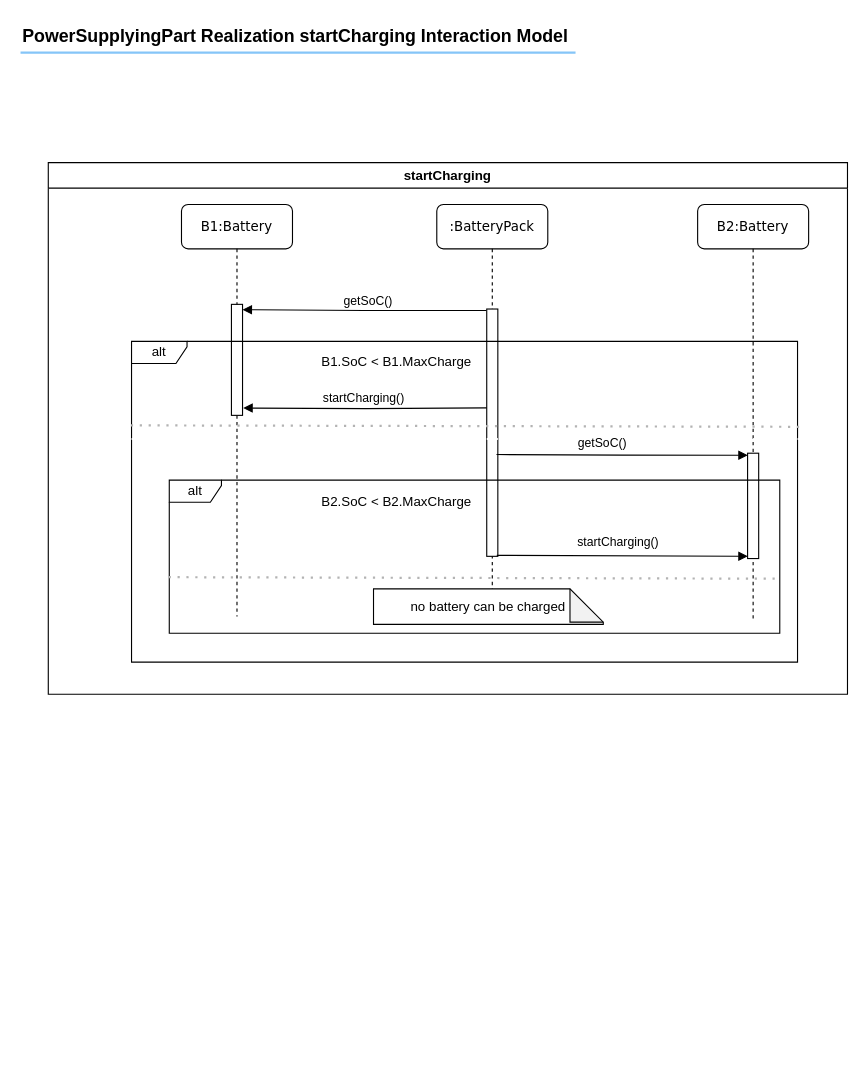
The draw.io diagram version/4/KobrA_Realization-Interaction-Model_PowerSupplyingParty-startCharging.drawio in Mohammad-Si/convide-A02-MVE, before the edit. Source tidied: cells renumbered, new cells numbered last; positions are measured from the earlier drawing's top-left corner, leaving out a move shared by most shapes. Both pictures are drawn from the tidied source at 111%, with x=0, y=0 at pixel (20, 19).
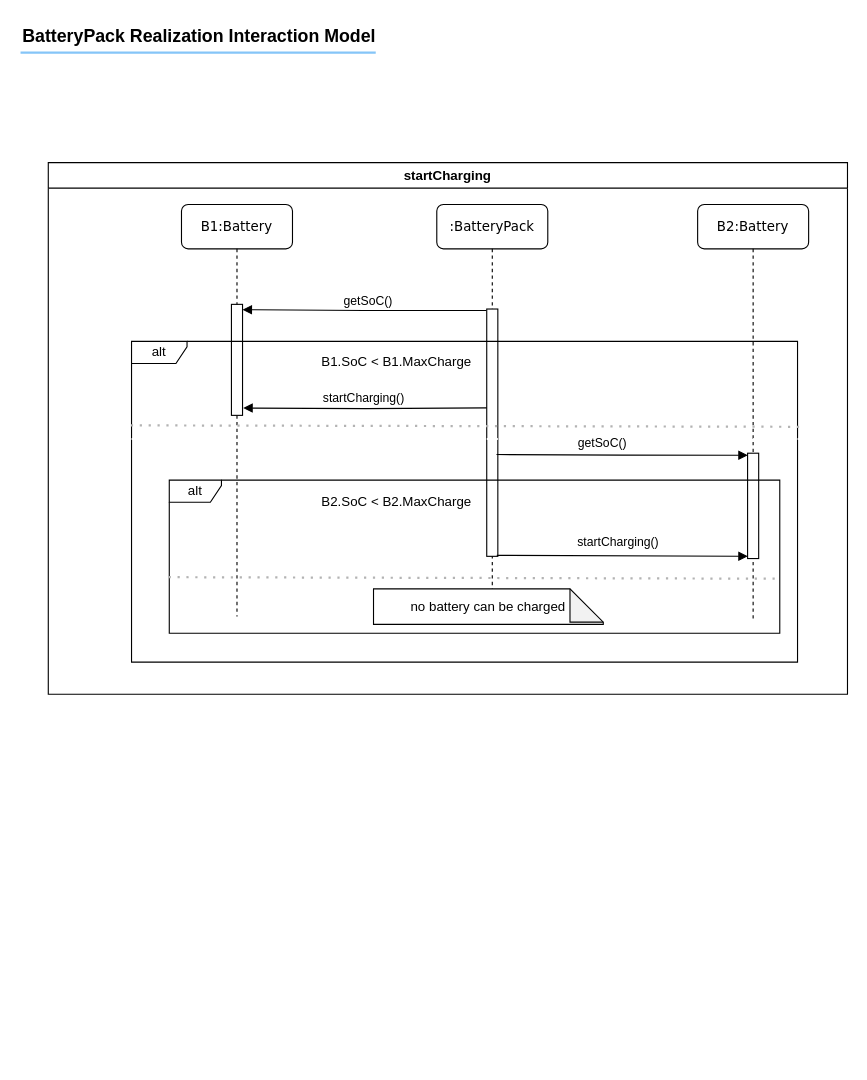
Above is the later version.

Diff of the diagram source:
```diff
@@
-    <mxCell id="22" value="&lt;b&gt;PowerSupplyingPart Realization startCharging Interaction Model&lt;/b&gt;" style="text;fontSize=16;verticalAlign=middle;strokeColor=none;fillColor=none;whiteSpace=wrap;html=1;" parent="1" vertex="1">
+    <mxCell id="22" value="&lt;b&gt;BatteryPack Realization Interaction Model&lt;/b&gt;" style="text;fontSize=16;verticalAlign=middle;strokeColor=none;fillColor=none;whiteSpace=wrap;html=1;" parent="1" vertex="1">
       <mxGeometry width="500" height="30" as="geometry" />
     </mxCell>
     <mxCell id="23" style="dashed=0;shape=line;strokeWidth=2;noLabel=1;strokeColor=#0C8CF2;opacity=50;" parent="1" vertex="1">
-      <mxGeometry y="25" width="500" height="10" as="geometry" />
+      <mxGeometry y="25" width="320" height="10" as="geometry" />
     </mxCell>
```
